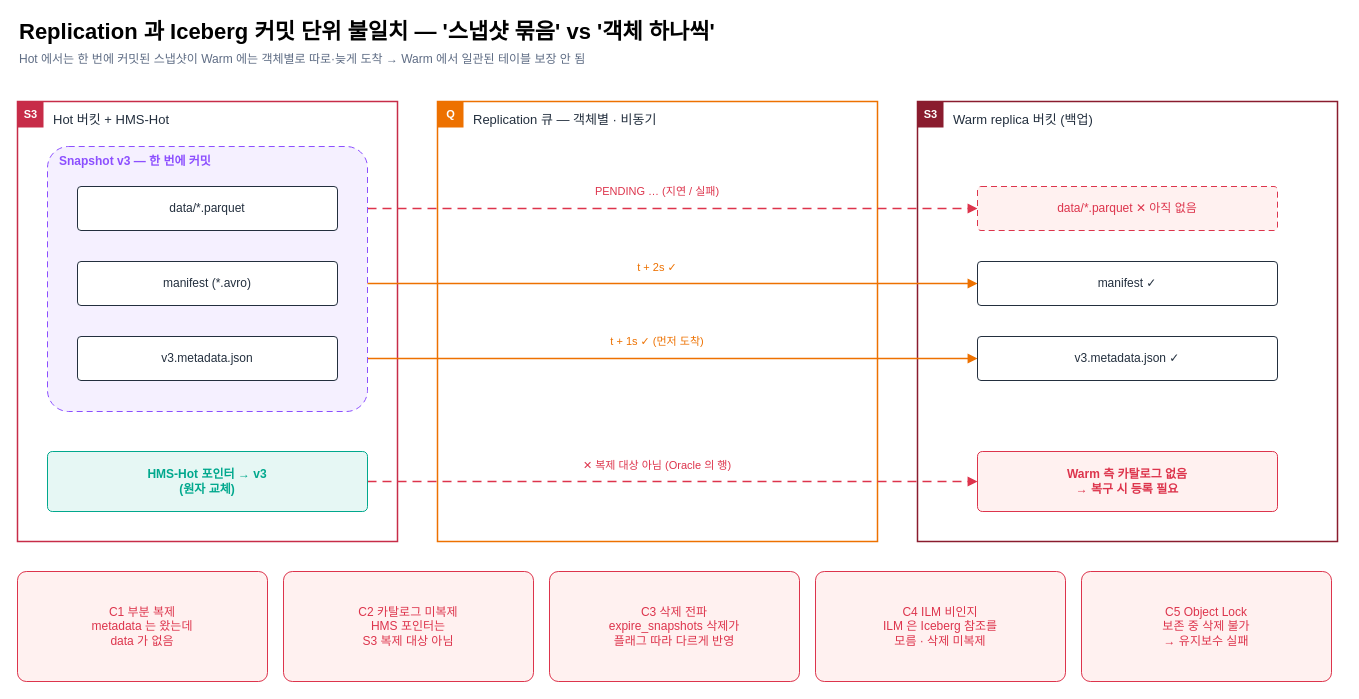
This is docs/aistor-replication-review/diagrams/04-commit-unit-mismatch.drawio from kronenz/fluent-bit, a draw.io file, before an edit. Source tidied: cells renumbered, new cells numbered last; positions are measured from the earlier drawing's top-left corner, leaving out a move shared by most shapes. Both pictures are drawn from the tidied source at 100%, with x=0, y=0 at pixel (17, 17).
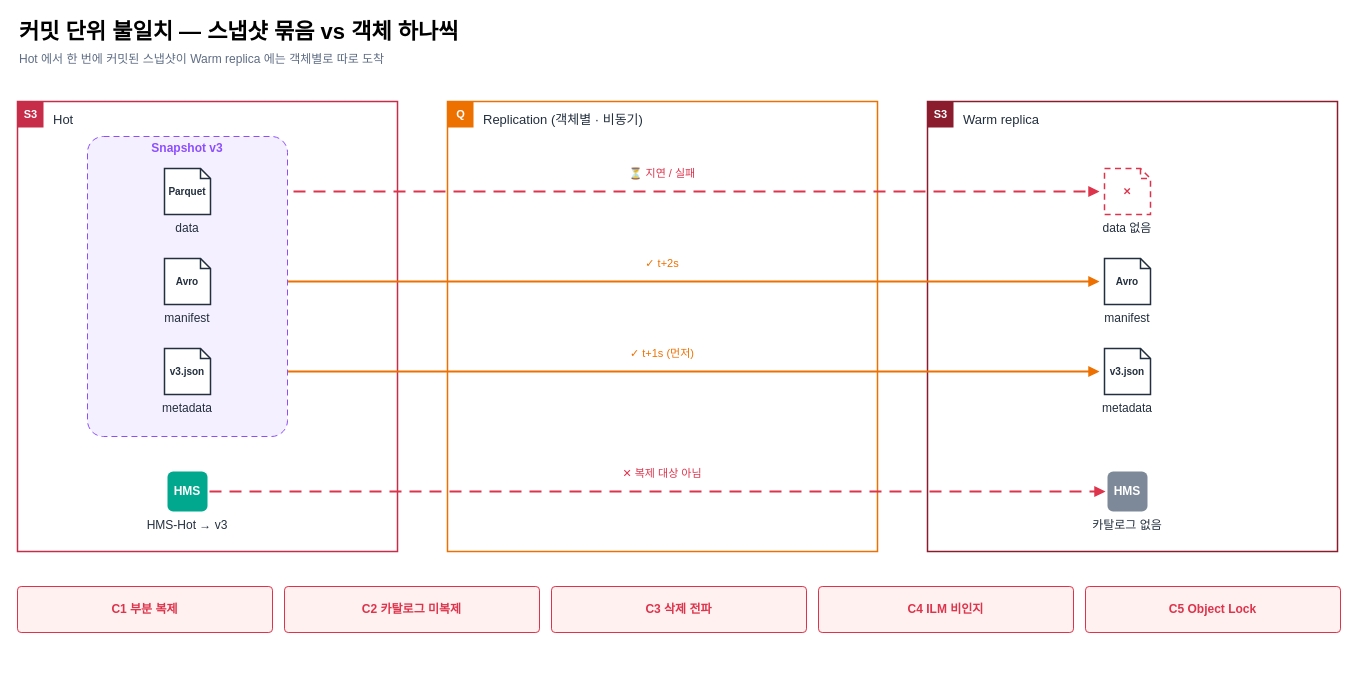
After the change.

Change to the diagram source:
```diff
@@
-    <mxCell id="2" value="Hot 버킷 + HMS-Hot" style="rounded=0;whiteSpace=wrap;html=1;fillColor=#FFFFFF;strokeColor=#C72C48;strokeWidth=1.5;verticalAlign=top;align=left;spacingLeft=34;spacingTop=4;fontSize=13;fontColor=#232F3E;" parent="1" vertex="1">
-      <mxGeometry y="84" width="380" height="440" as="geometry" />
+    <mxCell id="2" value="Hot" style="rounded=0;whiteSpace=wrap;html=1;fillColor=#FFFFFF;strokeColor=#C72C48;strokeWidth=1.5;verticalAlign=top;align=left;spacingLeft=34;spacingTop=4;fontSize=13;fontColor=#232F3E;" parent="1" vertex="1">
+      <mxGeometry y="84" width="380" height="450" as="geometry" />
     </mxCell>
@@
-    <mxCell id="4" value="Replication 큐 — 객체별 · 비동기" style="rounded=0;whiteSpace=wrap;html=1;fillColor=#FFFFFF;strokeColor=#ED7100;strokeWidth=1.5;verticalAlign=top;align=left;spacingLeft=34;spacingTop=4;fontSize=13;fontColor=#232F3E;" parent="1" vertex="1">
-      <mxGeometry x="420" y="84" width="440" height="440" as="geometry" />
+    <mxCell id="4" value="Replication (객체별 · 비동기)" style="rounded=0;whiteSpace=wrap;html=1;fillColor=#FFFFFF;strokeColor=#ED7100;strokeWidth=1.5;verticalAlign=top;align=left;spacingLeft=34;spacingTop=4;fontSize=13;fontColor=#232F3E;" parent="1" vertex="1">
+      <mxGeometry x="430" y="84" width="430" height="450" as="geometry" />
     </mxCell>
     <mxCell id="5" value="Q" style="rounded=0;html=1;fillColor=#ED7100;strokeColor=none;fontColor=#FFFFFF;fontSize=11;fontStyle=1;" parent="1" vertex="1">
-      <mxGeometry x="420" y="84" width="26" height="26" as="geometry" />
+      <mxGeometry x="430" y="84" width="26" height="26" as="geometry" />
     </mxCell>
-    <mxCell id="6" value="Warm replica 버킷 (백업)" style="rounded=0;whiteSpace=wrap;html=1;fillColor=#FFFFFF;strokeColor=#8A1C2E;strokeWidth=1.5;verticalAlign=top;align=left;spacingLeft=34;spacingTop=4;fontSize=13;fontColor=#232F3E;" parent="1" vertex="1">
-      <mxGeometry x="900" y="84" width="420" height="440" as="geometry" />
+    <mxCell id="6" value="Warm replica" style="rounded=0;whiteSpace=wrap;html=1;fillColor=#FFFFFF;strokeColor=#8A1C2E;strokeWidth=1.5;verticalAlign=top;align=left;spacingLeft=34;spacingTop=4;fontSize=13;fontColor=#232F3E;" parent="1" vertex="1">
+      <mxGeometry x="910" y="84" width="410" height="450" as="geometry" />
     </mxCell>
     <mxCell id="7" value="S3" style="rounded=0;html=1;fillColor=#8A1C2E;strokeColor=none;fontColor=#FFFFFF;fontSize=11;fontStyle=1;" parent="1" vertex="1">
-      <mxGeometry x="900" y="84" width="26" height="26" as="geometry" />
+      <mxGeometry x="910" y="84" width="26" height="26" as="geometry" />
     </mxCell>
-    <mxCell id="8" style="html=1;rounded=0;endArrow=block;endFill=1;startArrow=none;strokeColor=#DD344C;strokeWidth=1.5;dashed=1;dashPattern=6 4;edgeStyle=none;" parent="1" edge="1">
+    <mxCell id="8" style="html=1;rounded=0;endArrow=block;endFill=1;startArrow=none;strokeColor=#DD344C;strokeWidth=2;dashed=1;dashPattern=6 4;edgeStyle=none;" parent="1" edge="1">
       <mxGeometry relative="1" as="geometry">
-        <mxPoint x="320" y="191" as="sourcePoint" />
-        <mxPoint x="960" y="191" as="targetPoint" />
+        <mxPoint x="196" y="174" as="sourcePoint" />
+        <mxPoint x="1082" y="174" as="targetPoint" />
       </mxGeometry>
     </mxCell>
-    <mxCell id="9" style="html=1;rounded=0;endArrow=block;endFill=1;startArrow=none;strokeColor=#ED7100;strokeWidth=1.5;edgeStyle=none;" parent="1" edge="1">
+    <mxCell id="9" style="html=1;rounded=0;endArrow=block;endFill=1;startArrow=none;strokeColor=#ED7100;strokeWidth=2;edgeStyle=none;" parent="1" edge="1">
       <mxGeometry relative="1" as="geometry">
-        <mxPoint x="320" y="266" as="sourcePoint" />
-        <mxPoint x="960" y="266" as="targetPoint" />
+        <mxPoint x="196" y="264" as="sourcePoint" />
+        <mxPoint x="1082" y="264" as="targetPoint" />
       </mxGeometry>
     </mxCell>
-    <mxCell id="10" style="html=1;rounded=0;endArrow=block;endFill=1;startArrow=none;strokeColor=#ED7100;strokeWidth=1.5;edgeStyle=none;" parent="1" edge="1">
+    <mxCell id="10" style="html=1;rounded=0;endArrow=block;endFill=1;startArrow=none;strokeColor=#ED7100;strokeWidth=2;edgeStyle=none;" parent="1" edge="1">
       <mxGeometry relative="1" as="geometry">
-        <mxPoint x="320" y="341" as="sourcePoint" />
-        <mxPoint x="960" y="341" as="targetPoint" />
+        <mxPoint x="196" y="354" as="sourcePoint" />
+        <mxPoint x="1082" y="354" as="targetPoint" />
       </mxGeometry>
     </mxCell>
-    <mxCell id="11" style="html=1;rounded=0;endArrow=block;endFill=1;startArrow=none;strokeColor=#DD344C;strokeWidth=1.5;dashed=1;dashPattern=6 4;edgeStyle=none;" parent="1" edge="1">
+    <mxCell id="11" style="html=1;rounded=0;endArrow=block;endFill=1;startArrow=none;strokeColor=#DD344C;strokeWidth=2;dashed=1;dashPattern=6 4;edgeStyle=none;" parent="1" edge="1">
       <mxGeometry relative="1" as="geometry">
-        <mxPoint x="350" y="464" as="sourcePoint" />
-        <mxPoint x="960" y="464" as="targetPoint" />
+        <mxPoint x="192" y="474" as="sourcePoint" />
+        <mxPoint x="1088" y="474" as="targetPoint" />
       </mxGeometry>
     </mxCell>
     <mxCell id="12" style="rounded=1;arcSize=8;whiteSpace=wrap;html=1;fillColor=#F5F0FF;strokeColor=#8C4FFF;dashed=1;dashPattern=6 4;fontSize=12;fontColor=#232F3E;fontStyle=0;align=center;spacing=6;" parent="1" vertex="1">
-      <mxGeometry x="30" y="129" width="320" height="265" as="geometry" />
+      <mxGeometry x="70" y="119" width="200" height="300" as="geometry" />
     </mxCell>
-    <mxCell id="13" value="data/*.parquet" style="rounded=1;arcSize=8;whiteSpace=wrap;html=1;fillColor=#FFFFFF;strokeColor=#232F3E;fontSize=12;fontColor=#232F3E;fontStyle=0;align=center;spacing=6;" parent="1" vertex="1">
-      <mxGeometry x="60" y="169" width="260" height="44" as="geometry" />
-    </mxCell>
-    <mxCell id="14" value="manifest (*.avro)" style="rounded=1;arcSize=8;whiteSpace=wrap;html=1;fillColor=#FFFFFF;strokeColor=#232F3E;fontSize=12;fontColor=#232F3E;fontStyle=0;align=center;spacing=6;" parent="1" vertex="1">
-      <mxGeometry x="60" y="244" width="260" height="44" as="geometry" />
-    </mxCell>
-    <mxCell id="15" value="v3.metadata.json" style="rounded=1;arcSize=8;whiteSpace=wrap;html=1;fillColor=#FFFFFF;strokeColor=#232F3E;fontSize=12;fontColor=#232F3E;fontStyle=0;align=center;spacing=6;" parent="1" vertex="1">
-      <mxGeometry x="60" y="319" width="260" height="44" as="geometry" />
-    </mxCell>
-    <mxCell id="16" value="HMS-Hot 포인터 → v3&lt;br&gt;(원자 교체)" style="rounded=1;arcSize=8;whiteSpace=wrap;html=1;fillColor=#E6F7F4;strokeColor=#01A88D;fontSize=12;fontColor=#01A88D;fontStyle=1;align=center;spacing=6;" parent="1" vertex="1">
-      <mxGeometry x="30" y="434" width="320" height="60" as="geometry" />
-    </mxCell>
-    <mxCell id="17" value="data/*.parquet  ✕ 아직 없음" style="rounded=1;arcSize=8;whiteSpace=wrap;html=1;fillColor=#FFF1F0;strokeColor=#DD344C;dashed=1;dashPattern=6 4;fontSize=12;fontColor=#DD344C;fontStyle=0;align=center;spacing=6;" parent="1" vertex="1">
-      <mxGeometry x="960" y="169" width="300" height="44" as="geometry" />
-    </mxCell>
-    <mxCell id="18" value="manifest  ✓" style="rounded=1;arcSize=8;whiteSpace=wrap;html=1;fillColor=#FFFFFF;strokeColor=#232F3E;fontSize=12;fontColor=#232F3E;fontStyle=0;align=center;spacing=6;" parent="1" vertex="1">
-      <mxGeometry x="960" y="244" width="300" height="44" as="geometry" />
-    </mxCell>
-    <mxCell id="19" value="v3.metadata.json  ✓" style="rounded=1;arcSize=8;whiteSpace=wrap;html=1;fillColor=#FFFFFF;strokeColor=#232F3E;fontSize=12;fontColor=#232F3E;fontStyle=0;align=center;spacing=6;" parent="1" vertex="1">
-      <mxGeometry x="960" y="319" width="300" height="44" as="geometry" />
-    </mxCell>
-    <mxCell id="20" value="Warm 측 카탈로그 없음&lt;br&gt;→ 복구 시 등록 필요" style="rounded=1;arcSize=8;whiteSpace=wrap;html=1;fillColor=#FFF1F0;strokeColor=#DD344C;fontSize=12;fontColor=#DD344C;fontStyle=1;align=center;spacing=6;" parent="1" vertex="1">
-      <mxGeometry x="960" y="434" width="300" height="60" as="geometry" />
-    </mxCell>
-    <mxCell id="21" value="C1 부분 복제&lt;br&gt;metadata 는 왔는데&lt;br&gt;data 가 없음" style="rounded=1;arcSize=8;whiteSpace=wrap;html=1;fillColor=#FFF1F0;strokeColor=#DD344C;fontSize=12;fontColor=#DD344C;fontStyle=0;align=center;spacing=6;" parent="1" vertex="1">
-      <mxGeometry y="554" width="250" height="110" as="geometry" />
-    </mxCell>
-    <mxCell id="22" value="C2 카탈로그 미복제&lt;br&gt;HMS 포인터는&lt;br&gt;S3 복제 대상 아님" style="rounded=1;arcSize=8;whiteSpace=wrap;html=1;fillColor=#FFF1F0;strokeColor=#DD344C;fontSize=12;fontColor=#DD344C;fontStyle=0;align=center;spacing=6;" parent="1" vertex="1">
-      <mxGeometry x="266" y="554" width="250" height="110" as="geometry" />
-    </mxCell>
-    <mxCell id="23" value="C3 삭제 전파&lt;br&gt;expire_snapshots 삭제가&lt;br&gt;플래그 따라 다르게 반영" style="rounded=1;arcSize=8;whiteSpace=wrap;html=1;fillColor=#FFF1F0;strokeColor=#DD344C;fontSize=12;fontColor=#DD344C;fontStyle=0;align=center;spacing=6;" parent="1" vertex="1">
-      <mxGeometry x="532" y="554" width="250" height="110" as="geometry" />
-    </mxCell>
-    <mxCell id="24" value="C4 ILM 비인지&lt;br&gt;ILM 은 Iceberg 참조를&lt;br&gt;모름 · 삭제 미복제" style="rounded=1;arcSize=8;whiteSpace=wrap;html=1;fillColor=#FFF1F0;strokeColor=#DD344C;fontSize=12;fontColor=#DD344C;fontStyle=0;align=center;spacing=6;" parent="1" vertex="1">
-      <mxGeometry x="798" y="554" width="250" height="110" as="geometry" />
-    </mxCell>
-    <mxCell id="25" value="C5 Object Lock&lt;br&gt;보존 중 삭제 불가&lt;br&gt;→ 유지보수 실패" style="rounded=1;arcSize=8;whiteSpace=wrap;html=1;fillColor=#FFF1F0;strokeColor=#DD344C;fontSize=12;fontColor=#DD344C;fontStyle=0;align=center;spacing=6;" parent="1" vertex="1">
-      <mxGeometry x="1064" y="554" width="250" height="110" as="geometry" />
-    </mxCell>
+    <mxCell id="33" value="Parquet" style="shape=note;size=10;whiteSpace=wrap;html=1;fillColor=#FFFFFF;strokeColor=#232F3E;strokeWidth=1.5;fontColor=#232F3E;fontSize=10;fontStyle=1;" parent="1" vertex="1">
+      <mxGeometry x="147" y="151" width="46" height="46" as="geometry" />
+    </mxCell>
+    <mxCell id="34" value="Avro" style="shape=note;size=10;whiteSpace=wrap;html=1;fillColor=#FFFFFF;strokeColor=#232F3E;strokeWidth=1.5;fontColor=#232F3E;fontSize=10;fontStyle=1;" parent="1" vertex="1">
+      <mxGeometry x="147" y="241" width="46" height="46" as="geometry" />
+    </mxCell>
+    <mxCell id="35" value="v3.json" style="shape=note;size=10;whiteSpace=wrap;html=1;fillColor=#FFFFFF;strokeColor=#232F3E;strokeWidth=1.5;fontColor=#232F3E;fontSize=10;fontStyle=1;" parent="1" vertex="1">
+      <mxGeometry x="147" y="331" width="46" height="46" as="geometry" />
+    </mxCell>
+    <mxCell id="36" value="HMS" style="rounded=1;arcSize=14;whiteSpace=wrap;html=1;fillColor=#01A88D;strokeColor=none;fontColor=#FFFFFF;fontStyle=1;fontSize=12;" parent="1" vertex="1">
+      <mxGeometry x="150" y="454" width="40" height="40" as="geometry" />
+    </mxCell>
+    <mxCell id="37" value="✕" style="shape=note;size=10;whiteSpace=wrap;html=1;fillColor=#FFFFFF;strokeColor=#DD344C;strokeWidth=1.5;dashed=1;dashPattern=4 3;fontColor=#DD344C;fontSize=10;fontStyle=1;" parent="1" vertex="1">
+      <mxGeometry x="1087" y="151" width="46" height="46" as="geometry" />
+    </mxCell>
+    <mxCell id="38" value="Avro" style="shape=note;size=10;whiteSpace=wrap;html=1;fillColor=#FFFFFF;strokeColor=#232F3E;strokeWidth=1.5;fontColor=#232F3E;fontSize=10;fontStyle=1;" parent="1" vertex="1">
+      <mxGeometry x="1087" y="241" width="46" height="46" as="geometry" />
+    </mxCell>
+    <mxCell id="39" value="v3.json" style="shape=note;size=10;whiteSpace=wrap;html=1;fillColor=#FFFFFF;strokeColor=#232F3E;strokeWidth=1.5;fontColor=#232F3E;fontSize=10;fontStyle=1;" parent="1" vertex="1">
+      <mxGeometry x="1087" y="331" width="46" height="46" as="geometry" />
+    </mxCell>
+    <mxCell id="40" value="HMS" style="rounded=1;arcSize=14;whiteSpace=wrap;html=1;fillColor=#7D8998;strokeColor=none;fontColor=#FFFFFF;fontStyle=1;fontSize=12;" parent="1" vertex="1">
+      <mxGeometry x="1090" y="454" width="40" height="40" as="geometry" />
+    </mxCell>
+    <mxCell id="41" value="C1 부분 복제" style="rounded=1;arcSize=8;whiteSpace=wrap;html=1;fillColor=#FFF1F0;strokeColor=#DD344C;fontSize=12;fontColor=#DD344C;fontStyle=1;align=center;spacing=6;" parent="1" vertex="1">
+      <mxGeometry y="569" width="255" height="46" as="geometry" />
+    </mxCell>
+    <mxCell id="42" value="C2 카탈로그 미복제" style="rounded=1;arcSize=8;whiteSpace=wrap;html=1;fillColor=#FFF1F0;strokeColor=#DD344C;fontSize=12;fontColor=#DD344C;fontStyle=1;align=center;spacing=6;" parent="1" vertex="1">
+      <mxGeometry x="267" y="569" width="255" height="46" as="geometry" />
+    </mxCell>
+    <mxCell id="43" value="C3 삭제 전파" style="rounded=1;arcSize=8;whiteSpace=wrap;html=1;fillColor=#FFF1F0;strokeColor=#DD344C;fontSize=12;fontColor=#DD344C;fontStyle=1;align=center;spacing=6;" parent="1" vertex="1">
+      <mxGeometry x="534" y="569" width="255" height="46" as="geometry" />
+    </mxCell>
+    <mxCell id="44" value="C4 ILM 비인지" style="rounded=1;arcSize=8;whiteSpace=wrap;html=1;fillColor=#FFF1F0;strokeColor=#DD344C;fontSize=12;fontColor=#DD344C;fontStyle=1;align=center;spacing=6;" parent="1" vertex="1">
+      <mxGeometry x="801" y="569" width="255" height="46" as="geometry" />
+    </mxCell>
+    <mxCell id="45" value="C5 Object Lock" style="rounded=1;arcSize=8;whiteSpace=wrap;html=1;fillColor=#FFF1F0;strokeColor=#DD344C;fontSize=12;fontColor=#DD344C;fontStyle=1;align=center;spacing=6;" parent="1" vertex="1">
+      <mxGeometry x="1068" y="569" width="255" height="46" as="geometry" />
+    </mxCell>
-    <mxCell id="26" value="Replication 과 Iceberg 커밋 단위 불일치 — '스냅샷 묶음' vs '객체 하나씩'" style="text;html=1;whiteSpace=wrap;fontSize=22;fontColor=#000000;fontStyle=1;align=left;verticalAlign=middle;" parent="1" vertex="1">
+    <mxCell id="26" value="커밋 단위 불일치 — 스냅샷 묶음 vs 객체 하나씩" style="text;html=1;whiteSpace=wrap;fontSize=22;fontColor=#000000;fontStyle=1;align=left;verticalAlign=middle;" parent="1" vertex="1">
       <mxGeometry width="1320" height="30" as="geometry" />
     </mxCell>
-    <mxCell id="27" value="Hot 에서는 한 번에 커밋된 스냅샷이 Warm 에는 객체별로 따로·늦게 도착 → Warm 에서 일관된 테이블 보장 안 됨" style="text;html=1;whiteSpace=wrap;fontSize=12;fontColor=#5E6C84;fontStyle=0;align=left;verticalAlign=middle;" parent="1" vertex="1">
+    <mxCell id="27" value="Hot 에서 한 번에 커밋된 스냅샷이 Warm replica 에는 객체별로 따로 도착" style="text;html=1;whiteSpace=wrap;fontSize=12;fontColor=#5E6C84;fontStyle=0;align=left;verticalAlign=middle;" parent="1" vertex="1">
       <mxGeometry y="32" width="1320" height="20" as="geometry" />
     </mxCell>
-    <mxCell id="28" value="Snapshot v3 — 한 번에 커밋" style="text;html=1;whiteSpace=wrap;fontSize=12;fontColor=#8C4FFF;fontStyle=1;align=left;verticalAlign=middle;" parent="1" vertex="1">
-      <mxGeometry x="40" y="134" width="300" height="20" as="geometry" />
+    <mxCell id="28" value="Snapshot v3" style="text;html=1;whiteSpace=wrap;fontSize=12;fontColor=#8C4FFF;fontStyle=1;align=center;verticalAlign=middle;" parent="1" vertex="1">
+      <mxGeometry x="70" y="122" width="200" height="18" as="geometry" />
     </mxCell>
-    <mxCell id="29" value="PENDING … (지연 / 실패)" style="text;html=1;whiteSpace=wrap;fontSize=11;fontColor=#DD344C;fontStyle=0;align=center;verticalAlign=middle;labelBackgroundColor=#FFFFFF;" parent="1" vertex="1">
-      <mxGeometry x="550" y="164" width="180" height="19" as="geometry" />
+    <mxCell id="29" value="data" style="text;html=1;whiteSpace=wrap;fontSize=12;fontColor=#232F3E;fontStyle=0;align=center;verticalAlign=middle;" parent="1" vertex="1">
+      <mxGeometry x="125" y="201" width="90" height="20" as="geometry" />
     </mxCell>
-    <mxCell id="30" value="t + 2s  ✓" style="text;html=1;whiteSpace=wrap;fontSize=11;fontColor=#ED7100;fontStyle=0;align=center;verticalAlign=middle;labelBackgroundColor=#FFFFFF;" parent="1" vertex="1">
-      <mxGeometry x="595" y="240" width="90" height="19" as="geometry" />
+    <mxCell id="30" value="manifest" style="text;html=1;whiteSpace=wrap;fontSize=12;fontColor=#232F3E;fontStyle=0;align=center;verticalAlign=middle;" parent="1" vertex="1">
+      <mxGeometry x="125" y="291" width="90" height="20" as="geometry" />
     </mxCell>
-    <mxCell id="31" value="t + 1s  ✓ (먼저 도착)" style="text;html=1;whiteSpace=wrap;fontSize=11;fontColor=#ED7100;fontStyle=0;align=center;verticalAlign=middle;labelBackgroundColor=#FFFFFF;" parent="1" vertex="1">
-      <mxGeometry x="565" y="314" width="150" height="19" as="geometry" />
+    <mxCell id="31" value="metadata" style="text;html=1;whiteSpace=wrap;fontSize=12;fontColor=#232F3E;fontStyle=0;align=center;verticalAlign=middle;" parent="1" vertex="1">
+      <mxGeometry x="125" y="381" width="90" height="20" as="geometry" />
     </mxCell>
-    <mxCell id="32" value="✕ 복제 대상 아님 (Oracle 의 행)" style="text;html=1;whiteSpace=wrap;fontSize=11;fontColor=#DD344C;fontStyle=0;align=center;verticalAlign=middle;labelBackgroundColor=#FFFFFF;" parent="1" vertex="1">
-      <mxGeometry x="530" y="438" width="220" height="19" as="geometry" />
+    <mxCell id="32" value="HMS-Hot → v3" style="text;html=1;whiteSpace=wrap;fontSize=12;fontColor=#232F3E;fontStyle=0;align=center;verticalAlign=middle;" parent="1" vertex="1">
+      <mxGeometry x="110" y="498" width="120" height="20" as="geometry" />
     </mxCell>
+    <mxCell id="46" value="⏳ 지연 / 실패" style="text;html=1;whiteSpace=wrap;fontSize=11;fontColor=#DD344C;fontStyle=0;align=center;verticalAlign=middle;labelBackgroundColor=#FFFFFF;" parent="1" vertex="1">
+      <mxGeometry x="590" y="146" width="110" height="19" as="geometry" />
+    </mxCell>
+    <mxCell id="47" value="✓ t+2s" style="text;html=1;whiteSpace=wrap;fontSize=11;fontColor=#ED7100;fontStyle=0;align=center;verticalAlign=middle;labelBackgroundColor=#FFFFFF;" parent="1" vertex="1">
+      <mxGeometry x="610" y="236" width="70" height="19" as="geometry" />
+    </mxCell>
+    <mxCell id="48" value="✓ t+1s (먼저)" style="text;html=1;whiteSpace=wrap;fontSize=11;fontColor=#ED7100;fontStyle=0;align=center;verticalAlign=middle;labelBackgroundColor=#FFFFFF;" parent="1" vertex="1">
+      <mxGeometry x="595" y="326" width="100" height="19" as="geometry" />
+    </mxCell>
+    <mxCell id="49" value="✕ 복제 대상 아님" style="text;html=1;whiteSpace=wrap;fontSize=11;fontColor=#DD344C;fontStyle=0;align=center;verticalAlign=middle;labelBackgroundColor=#FFFFFF;" parent="1" vertex="1">
+      <mxGeometry x="585" y="446" width="120" height="19" as="geometry" />
+    </mxCell>
+    <mxCell id="50" value="data 없음" style="text;html=1;whiteSpace=wrap;fontSize=12;fontColor=#232F3E;fontStyle=0;align=center;verticalAlign=middle;" parent="1" vertex="1">
+      <mxGeometry x="1065" y="201" width="90" height="20" as="geometry" />
+    </mxCell>
+    <mxCell id="51" value="manifest" style="text;html=1;whiteSpace=wrap;fontSize=12;fontColor=#232F3E;fontStyle=0;align=center;verticalAlign=middle;" parent="1" vertex="1">
+      <mxGeometry x="1065" y="291" width="90" height="20" as="geometry" />
+    </mxCell>
+    <mxCell id="52" value="metadata" style="text;html=1;whiteSpace=wrap;fontSize=12;fontColor=#232F3E;fontStyle=0;align=center;verticalAlign=middle;" parent="1" vertex="1">
+      <mxGeometry x="1065" y="381" width="90" height="20" as="geometry" />
+    </mxCell>
+    <mxCell id="53" value="카탈로그 없음" style="text;html=1;whiteSpace=wrap;fontSize=12;fontColor=#232F3E;fontStyle=0;align=center;verticalAlign=middle;" parent="1" vertex="1">
+      <mxGeometry x="1050" y="498" width="120" height="20" as="geometry" />
+    </mxCell>
```
